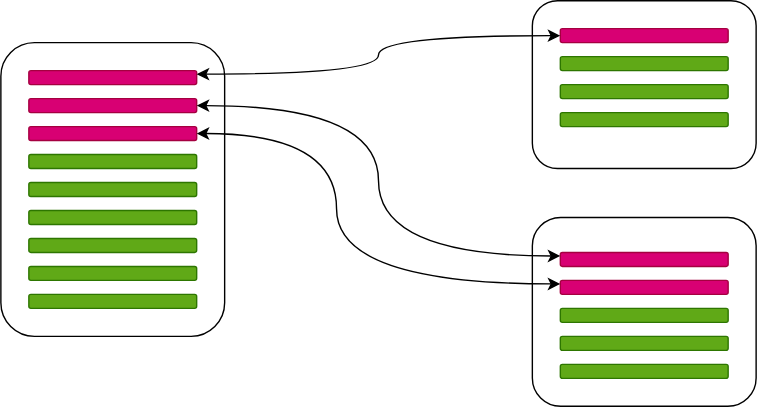
Above: new/InterfaceStability.drawio.svg in taowen/modularization-examples (draw.io), before the change. Source tidied: cells renumbered, new cells last; positions are measured from the earlier drawing's top-left corner, leaving out a move shared by most shapes. Its diagram source:
```xml
<mxGraphModel>
  <root>
    <mxCell id="0" />
    <mxCell id="1" parent="0" />
    <mxCell id="2" style="rounded=1;whiteSpace=wrap;html=1;" parent="1" vertex="1">
      <mxGeometry y="30" width="160" height="210" as="geometry" />
    </mxCell>
    <mxCell id="3" style="rounded=1;whiteSpace=wrap;html=1;fillColor=#d80073;strokeColor=#A50040;fontColor=#ffffff;" parent="1" vertex="1">
      <mxGeometry x="20" y="50" width="120" height="10" as="geometry" />
    </mxCell>
    <mxCell id="4" style="rounded=1;whiteSpace=wrap;html=1;fillColor=#d80073;strokeColor=#A50040;fontColor=#ffffff;" parent="1" vertex="1">
      <mxGeometry x="20" y="70" width="120" height="10" as="geometry" />
    </mxCell>
    <mxCell id="5" style="rounded=1;whiteSpace=wrap;html=1;fillColor=#d80073;strokeColor=#A50040;fontColor=#ffffff;" parent="1" vertex="1">
      <mxGeometry x="20" y="90" width="120" height="10" as="geometry" />
    </mxCell>
    <mxCell id="6" style="rounded=1;whiteSpace=wrap;html=1;fillColor=#60a917;strokeColor=#2D7600;fontColor=#ffffff;" parent="1" vertex="1">
      <mxGeometry x="20" y="110" width="120" height="10" as="geometry" />
    </mxCell>
    <mxCell id="7" style="rounded=1;whiteSpace=wrap;html=1;fillColor=#60a917;strokeColor=#2D7600;fontColor=#ffffff;" parent="1" vertex="1">
      <mxGeometry x="20" y="130" width="120" height="10" as="geometry" />
    </mxCell>
    <mxCell id="8" style="rounded=1;whiteSpace=wrap;html=1;fillColor=#60a917;strokeColor=#2D7600;fontColor=#ffffff;" parent="1" vertex="1">
      <mxGeometry x="20" y="150" width="120" height="10" as="geometry" />
    </mxCell>
    <mxCell id="9" style="rounded=1;whiteSpace=wrap;html=1;fillColor=#60a917;strokeColor=#2D7600;fontColor=#ffffff;" parent="1" vertex="1">
      <mxGeometry x="20" y="170" width="120" height="10" as="geometry" />
    </mxCell>
    <mxCell id="10" style="rounded=1;whiteSpace=wrap;html=1;fillColor=#60a917;strokeColor=#2D7600;fontColor=#ffffff;" parent="1" vertex="1">
      <mxGeometry x="20" y="190" width="120" height="10" as="geometry" />
    </mxCell>
    <mxCell id="11" style="rounded=1;whiteSpace=wrap;html=1;fillColor=#60a917;strokeColor=#2D7600;fontColor=#ffffff;" parent="1" vertex="1">
      <mxGeometry x="20" y="210" width="120" height="10" as="geometry" />
    </mxCell>
    <mxCell id="12" style="rounded=1;whiteSpace=wrap;html=1;" parent="1" vertex="1">
      <mxGeometry x="380" width="160" height="120" as="geometry" />
    </mxCell>
    <mxCell id="13" style="rounded=1;whiteSpace=wrap;html=1;fillColor=#d80073;strokeColor=#A50040;fontColor=#ffffff;" parent="1" vertex="1">
      <mxGeometry x="400" y="20" width="120" height="10" as="geometry" />
    </mxCell>
    <mxCell id="14" style="rounded=1;whiteSpace=wrap;html=1;fillColor=#60a917;strokeColor=#2D7600;fontColor=#ffffff;" parent="1" vertex="1">
      <mxGeometry x="400" y="40" width="120" height="10" as="geometry" />
    </mxCell>
    <mxCell id="15" style="rounded=1;whiteSpace=wrap;html=1;fillColor=#60a917;strokeColor=#2D7600;fontColor=#ffffff;" parent="1" vertex="1">
      <mxGeometry x="400" y="60" width="120" height="10" as="geometry" />
    </mxCell>
    <mxCell id="16" style="rounded=1;whiteSpace=wrap;html=1;fillColor=#60a917;strokeColor=#2D7600;fontColor=#ffffff;" parent="1" vertex="1">
      <mxGeometry x="400" y="80" width="120" height="10" as="geometry" />
    </mxCell>
    <mxCell id="17" style="edgeStyle=orthogonalEdgeStyle;jettySize=auto;html=1;exitX=1;exitY=0.25;exitDx=0;exitDy=0;entryX=0;entryY=0.5;entryDx=0;entryDy=0;curved=1;startArrow=classic;startFill=1;" parent="1" edge="1" source="3" target="13">
      <mxGeometry relative="1" as="geometry" />
    </mxCell>
    <mxCell id="18" style="rounded=1;whiteSpace=wrap;html=1;" parent="1" vertex="1">
      <mxGeometry x="380" y="155" width="160" height="135" as="geometry" />
    </mxCell>
    <mxCell id="19" style="rounded=1;whiteSpace=wrap;html=1;fillColor=#d80073;strokeColor=#A50040;fontColor=#ffffff;" parent="1" vertex="1">
      <mxGeometry x="400" y="180" width="120" height="10" as="geometry" />
    </mxCell>
    <mxCell id="20" style="rounded=1;whiteSpace=wrap;html=1;fillColor=#60a917;strokeColor=#2D7600;fontColor=#ffffff;" parent="1" vertex="1">
      <mxGeometry x="400" y="220" width="120" height="10" as="geometry" />
    </mxCell>
    <mxCell id="21" style="rounded=1;whiteSpace=wrap;html=1;fillColor=#60a917;strokeColor=#2D7600;fontColor=#ffffff;" parent="1" vertex="1">
      <mxGeometry x="400" y="240" width="120" height="10" as="geometry" />
    </mxCell>
    <mxCell id="22" style="rounded=1;whiteSpace=wrap;html=1;fillColor=#60a917;strokeColor=#2D7600;fontColor=#ffffff;" parent="1" vertex="1">
      <mxGeometry x="400" y="260" width="120" height="10" as="geometry" />
    </mxCell>
    <mxCell id="23" style="rounded=1;whiteSpace=wrap;html=1;fillColor=#d80073;strokeColor=#A50040;fontColor=#ffffff;" parent="1" vertex="1">
      <mxGeometry x="400" y="200" width="120" height="10" as="geometry" />
    </mxCell>
    <mxCell id="24" style="edgeStyle=orthogonalEdgeStyle;curved=1;jettySize=auto;html=1;exitX=1;exitY=0.5;exitDx=0;exitDy=0;entryX=0;entryY=0.25;entryDx=0;entryDy=0;startArrow=classic;startFill=1;" parent="1" edge="1" source="4" target="19">
      <mxGeometry relative="1" as="geometry" />
    </mxCell>
    <mxCell id="25" style="edgeStyle=orthogonalEdgeStyle;curved=1;jettySize=auto;html=1;exitX=1;exitY=0.5;exitDx=0;exitDy=0;entryX=0;entryY=0.25;entryDx=0;entryDy=0;startArrow=classic;startFill=1;" parent="1" edge="1" source="5" target="23">
      <mxGeometry relative="1" as="geometry">
        <Array as="points">
          <mxPoint x="240" y="95" />
          <mxPoint x="240" y="203" />
        </Array>
      </mxGeometry>
    </mxCell>
  </root>
</mxGraphModel>
```
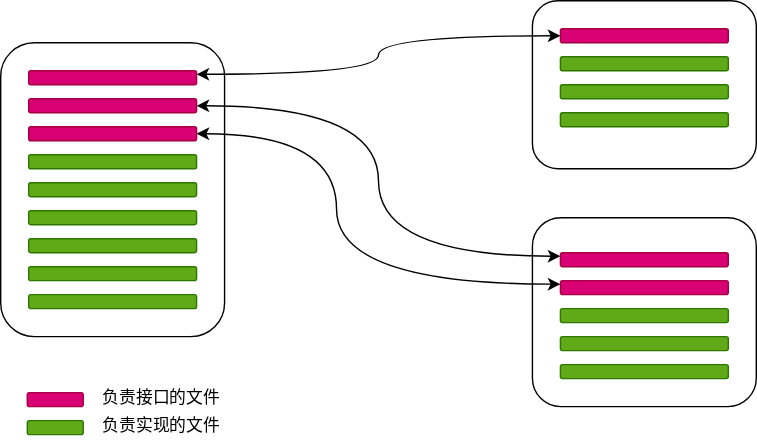
After the commit.

Diff of the diagram source:
```diff
@@ -79,5 +79,17 @@
         </Array>
       </mxGeometry>
     </mxCell>
+    <mxCell id="26" style="rounded=1;whiteSpace=wrap;html=1;fillColor=#d80073;strokeColor=#A50040;fontColor=#ffffff;" parent="1" vertex="1">
+      <mxGeometry x="19" y="280" width="40" height="10" as="geometry" />
+    </mxCell>
+    <mxCell id="27" value="负责接口的文件" style="text;html=1;strokeColor=none;fillColor=none;align=center;verticalAlign=middle;whiteSpace=wrap;rounded=0;" parent="1" vertex="1">
+      <mxGeometry x="65" y="274" width="100" height="20" as="geometry" />
+    </mxCell>
+    <mxCell id="28" style="rounded=1;whiteSpace=wrap;html=1;fillColor=#60a917;strokeColor=#2D7600;fontColor=#ffffff;" parent="1" vertex="1">
+      <mxGeometry x="19" y="300" width="40" height="10" as="geometry" />
+    </mxCell>
+    <mxCell id="29" value="负责实现的文件" style="text;html=1;strokeColor=none;fillColor=none;align=center;verticalAlign=middle;whiteSpace=wrap;rounded=0;" parent="1" vertex="1">
+      <mxGeometry x="65" y="294" width="100" height="20" as="geometry" />
+    </mxCell>
   </root>
 </mxGraphModel>
```
